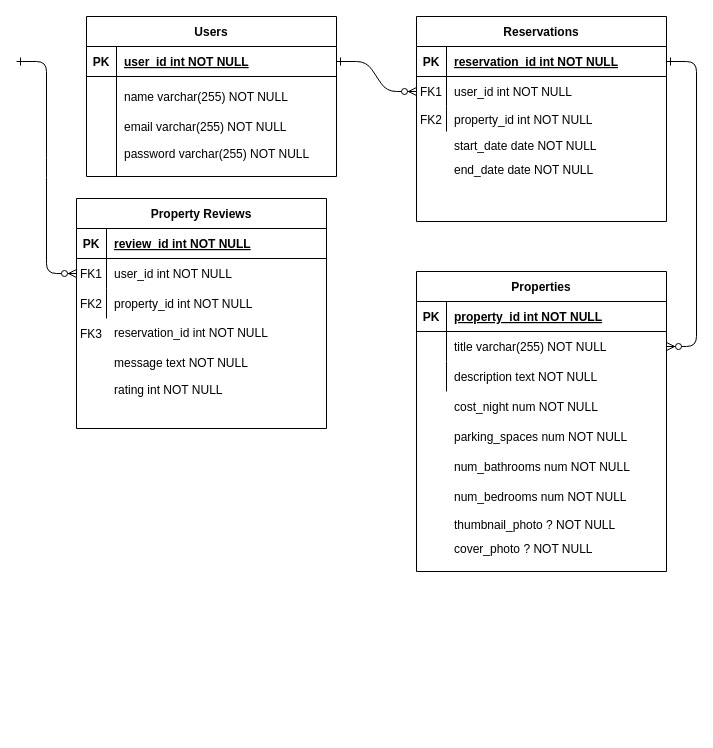
laurenashley/lightBnB keeps this draw.io diagram as Untitled Diagram.drawio. Above is the earlier version. Source tidied: cells renumbered, new cells numbered last; positions are measured from the earlier drawing's top-left corner, leaving out a move shared by most shapes. Both pictures are drawn from the tidied source at 100%, with x=0, y=0 at pixel (16, 16).
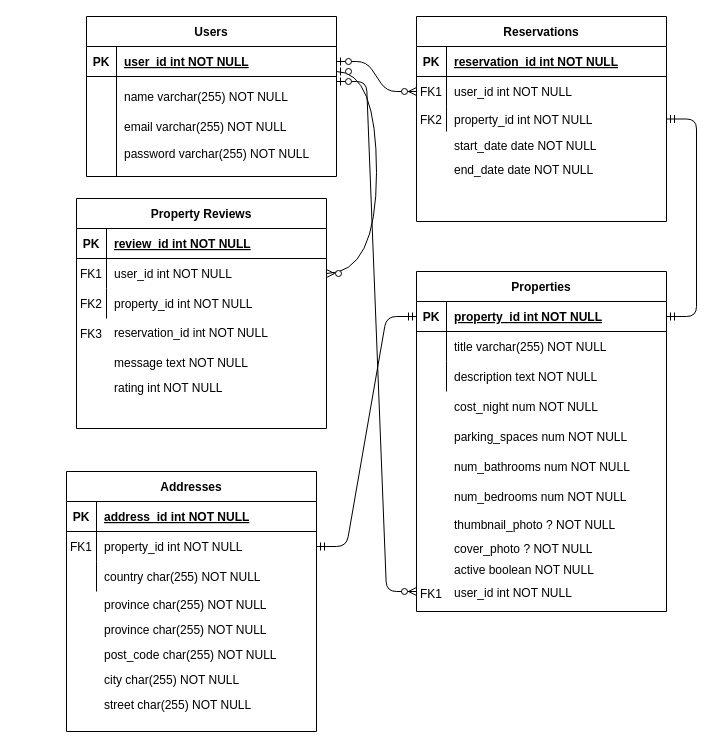
The same diagram, later.

Unchanged cells that the change refers to:
```xml
<mxCell id="5" style="shape=partialRectangle;fillColor=none;points=[[0,0.5],[1,0.5]];portConstraint=eastwest;top=0;left=0;right=0;bottom=1;" parent="4" vertex="1">
  <mxGeometry y="30" width="250" height="30" as="geometry" />
</mxCell>
<mxCell id="8" style="shape=partialRectangle;fillColor=none;points=[[0,0.5],[1,0.5]];portConstraint=eastwest;top=0;left=0;right=0;bottom=0;" parent="4" vertex="1">
  <mxGeometry y="60" width="250" height="30" as="geometry" />
</mxCell>
<mxCell id="11" style="shape=partialRectangle;fillColor=none;points=[[0,0.5],[1,0.5]];portConstraint=eastwest;top=0;left=0;right=0;bottom=0;" parent="4" vertex="1">
  <mxGeometry y="90" width="250" height="25" as="geometry" />
</mxCell>
<mxCell id="15" style="shape=partialRectangle;fillColor=none;points=[[0,0.5],[1,0.5]];portConstraint=eastwest;top=0;left=0;right=0;bottom=1;" parent="14" vertex="1">
  <mxGeometry y="30" width="250" height="30" as="geometry" />
</mxCell>
<mxCell id="18" style="shape=partialRectangle;fillColor=none;points=[[0,0.5],[1,0.5]];portConstraint=eastwest;top=0;left=0;right=0;bottom=0;" parent="14" vertex="1">
  <mxGeometry y="60" width="250" height="30" as="geometry" />
</mxCell>
<mxCell id="25" style="shape=partialRectangle;fillColor=none;points=[[0,0.5],[1,0.5]];portConstraint=eastwest;top=0;left=0;right=0;bottom=1;" parent="24" vertex="1">
  <mxGeometry y="30" width="250" height="30" as="geometry" />
</mxCell>
<mxCell id="35" style="shape=partialRectangle;fillColor=none;points=[[0,0.5],[1,0.5]];portConstraint=eastwest;top=0;left=0;right=0;bottom=0;" parent="31" vertex="1">
  <mxGeometry y="60" width="250" height="30" as="geometry" />
</mxCell>
```

Diff of the diagram source:
```diff
@@
-    <mxCell id="2" style="edgeStyle=entityRelationEdgeStyle;endArrow=ERzeroToMany;startArrow=ERone;endFill=1;startFill=0;" parent="1" edge="1" source="25" target="8">
-      <mxGeometry relative="1" as="geometry" />
-    </mxCell>
-    <mxCell id="3" style="edgeStyle=entityRelationEdgeStyle;endArrow=ERzeroToMany;startArrow=ERone;endFill=1;startFill=0;" parent="1" edge="1" source="5" target="18">
+    <mxCell id="3" style="edgeStyle=entityRelationEdgeStyle;endArrow=ERmandOne;startArrow=ERmandOne;endFill=0;startFill=0;exitX=1;exitY=0.5;exitDx=0;exitDy=0;entryX=1;entryY=0.5;entryDx=0;entryDy=0;" parent="1" edge="1" source="11" target="15">
       <mxGeometry relative="1" as="geometry" />
     </mxCell>
@@
     <mxCell id="14" value="Properties" style="shape=table;startSize=30;childLayout=tableLayout;rowLines=0;fontStyle=1;align=center;" parent="1" vertex="1">
-      <mxGeometry x="400" y="255" width="250" height="300" as="geometry" />
+      <mxGeometry x="400" y="255" width="250" height="340" as="geometry" />
     </mxCell>
@@
-    <mxCell id="55" value="rating int NOT NULL" style="shape=partialRectangle;overflow=hidden;fillColor=none;top=0;left=0;bottom=0;right=0;align=left;spacingLeft=6;" parent="1" vertex="1">
-      <mxGeometry x="90" y="360" width="220" height="25" as="geometry" />
+    <mxCell id="55" value="province char(255) NOT NULL" style="shape=partialRectangle;overflow=hidden;fillColor=none;top=0;left=0;bottom=0;right=0;align=left;spacingLeft=6;" parent="1" vertex="1">
+      <mxGeometry x="80" y="575" width="220" height="25" as="geometry" />
     </mxCell>
@@
-    <mxCell id="58" style="edgeStyle=entityRelationEdgeStyle;endArrow=ERzeroToMany;startArrow=ERone;endFill=1;startFill=0;entryX=0;entryY=0.5;entryDx=0;entryDy=0;" parent="1" edge="1" target="35">
-      <mxGeometry relative="1" as="geometry">
-        <mxPoint y="45" as="sourcePoint" />
-      </mxGeometry>
-    </mxCell>
+    <mxCell id="59" value="Addresses" style="shape=table;startSize=30;childLayout=tableLayout;rowLines=0;fontStyle=1;align=center;" parent="1" vertex="1">
+      <mxGeometry x="50" y="455" width="250" height="260" as="geometry" />
+    </mxCell>
+    <mxCell id="60" style="shape=partialRectangle;fillColor=none;top=0;left=0;right=0;bottom=1;" parent="59" vertex="1">
+      <mxGeometry y="30" width="250" height="30" as="geometry" />
+    </mxCell>
+    <mxCell id="61" value="PK" style="shape=partialRectangle;overflow=hidden;fillColor=none;top=0;left=0;bottom=0;right=0;fontStyle=1;" parent="60" vertex="1">
+      <mxGeometry width="30" height="30" as="geometry" />
+    </mxCell>
+    <mxCell id="62" value="address_id int NOT NULL " style="shape=partialRectangle;overflow=hidden;fillColor=none;top=0;left=0;bottom=0;right=0;align=left;spacingLeft=6;fontStyle=5;" parent="60" vertex="1">
+      <mxGeometry x="30" width="220" height="30" as="geometry" />
+    </mxCell>
+    <mxCell id="63" style="shape=partialRectangle;fillColor=none;points=[[0,0.5],[1,0.5]];portConstraint=eastwest;top=0;left=0;right=0;bottom=0;" parent="59" vertex="1">
+      <mxGeometry y="60" width="250" height="30" as="geometry" />
+    </mxCell>
+    <mxCell id="64" value="FK1" style="shape=partialRectangle;overflow=hidden;fillColor=none;top=0;left=0;bottom=0;right=0;" parent="63" vertex="1">
+      <mxGeometry width="30" height="30" as="geometry" />
+    </mxCell>
+    <mxCell id="65" value="property_id int NOT NULL" style="shape=partialRectangle;overflow=hidden;fillColor=none;top=0;left=0;bottom=0;right=0;align=left;spacingLeft=6;" parent="63" vertex="1">
+      <mxGeometry x="30" width="220" height="30" as="geometry" />
+    </mxCell>
+    <mxCell id="66" style="shape=partialRectangle;fillColor=none;top=0;left=0;right=0;bottom=0;" parent="59" vertex="1">
+      <mxGeometry y="90" width="250" height="30" as="geometry" />
+    </mxCell>
+    <mxCell id="67" style="shape=partialRectangle;overflow=hidden;fillColor=none;top=0;left=0;bottom=0;right=0;" parent="66" vertex="1">
+      <mxGeometry width="30" height="30" as="geometry" />
+    </mxCell>
+    <mxCell id="68" value="country char(255) NOT NULL" style="shape=partialRectangle;overflow=hidden;fillColor=none;top=0;left=0;bottom=0;right=0;align=left;spacingLeft=6;" parent="66" vertex="1">
+      <mxGeometry x="30" width="220" height="30" as="geometry" />
+    </mxCell>
+    <mxCell id="69" value="province char(255) NOT NULL" style="shape=partialRectangle;overflow=hidden;fillColor=none;top=0;left=0;bottom=0;right=0;align=left;spacingLeft=6;" parent="1" vertex="1">
+      <mxGeometry x="80" y="600" width="220" height="25" as="geometry" />
+    </mxCell>
+    <mxCell id="70" value="post_code char(255) NOT NULL" style="shape=partialRectangle;overflow=hidden;fillColor=none;top=0;left=0;bottom=0;right=0;align=left;spacingLeft=6;" parent="1" vertex="1">
+      <mxGeometry x="80" y="625" width="220" height="25" as="geometry" />
+    </mxCell>
+    <mxCell id="71" value="city char(255) NOT NULL" style="shape=partialRectangle;overflow=hidden;fillColor=none;top=0;left=0;bottom=0;right=0;align=left;spacingLeft=6;" parent="1" vertex="1">
+      <mxGeometry x="80" y="650" width="220" height="25" as="geometry" />
+    </mxCell>
+    <mxCell id="72" value="street char(255) NOT NULL" style="shape=partialRectangle;overflow=hidden;fillColor=none;top=0;left=0;bottom=0;right=0;align=left;spacingLeft=6;" parent="1" vertex="1">
+      <mxGeometry x="80" y="675" width="220" height="25" as="geometry" />
+    </mxCell>
+    <mxCell id="73" value="active boolean NOT NULL" style="shape=partialRectangle;overflow=hidden;fillColor=none;top=0;left=0;bottom=0;right=0;align=left;spacingLeft=6;" parent="1" vertex="1">
+      <mxGeometry x="430" y="538" width="220" height="30" as="geometry" />
+    </mxCell>
+    <mxCell id="74" value="user_id int NOT NULL" style="shape=partialRectangle;overflow=hidden;fillColor=none;top=0;left=0;bottom=0;right=0;align=left;spacingLeft=6;" parent="1" vertex="1">
+      <mxGeometry x="430" y="561" width="220" height="30" as="geometry" />
+    </mxCell>
+    <mxCell id="75" value="FK1" style="shape=partialRectangle;overflow=hidden;fillColor=none;top=0;left=0;bottom=0;right=0;" parent="1" vertex="1">
+      <mxGeometry x="400" y="562" width="30" height="30" as="geometry" />
+    </mxCell>
+    <mxCell id="76" value="rating int NOT NULL" style="shape=partialRectangle;overflow=hidden;fillColor=none;top=0;left=0;bottom=0;right=0;align=left;spacingLeft=6;" parent="1" vertex="1">
+      <mxGeometry x="90" y="358" width="220" height="25" as="geometry" />
+    </mxCell>
+    <mxCell id="77" style="edgeStyle=entityRelationEdgeStyle;fontSize=12;html=1;endArrow=ERmandOne;startArrow=ERmandOne;rounded=1;entryX=0;entryY=0.5;entryDx=0;entryDy=0;exitX=1;exitY=0.5;exitDx=0;exitDy=0;" parent="1" edge="1" source="63" target="15">
+      <mxGeometry relative="1" as="geometry" />
+    </mxCell>
+    <mxCell id="78" style="edgeStyle=entityRelationEdgeStyle;fontSize=12;html=1;endArrow=ERzeroToMany;startArrow=ERzeroToOne;rounded=1;entryX=0;entryY=0.5;entryDx=0;entryDy=0;" parent="1" edge="1" target="8">
+      <mxGeometry relative="1" as="geometry">
+        <mxPoint x="320" y="45" as="sourcePoint" />
+      </mxGeometry>
+    </mxCell>
+    <mxCell id="79" style="edgeStyle=orthogonalEdgeStyle;fontSize=12;html=1;endArrow=ERzeroToMany;startArrow=ERzeroToOne;rounded=1;curved=1;entryX=1;entryY=0.5;entryDx=0;entryDy=0;" parent="1" edge="1" target="35">
+      <mxGeometry relative="1" as="geometry">
+        <mxPoint x="320" y="55" as="sourcePoint" />
+        <Array as="points">
+          <mxPoint x="360" y="55" />
+          <mxPoint x="360" y="257" />
+        </Array>
+      </mxGeometry>
+    </mxCell>
+    <mxCell id="80" style="edgeStyle=entityRelationEdgeStyle;fontSize=12;html=1;endArrow=ERzeroToMany;startArrow=ERzeroToOne;rounded=1;" parent="1" edge="1">
+      <mxGeometry relative="1" as="geometry">
+        <mxPoint x="320" y="65" as="sourcePoint" />
+        <mxPoint x="400" y="575" as="targetPoint" />
+      </mxGeometry>
+    </mxCell>
```
